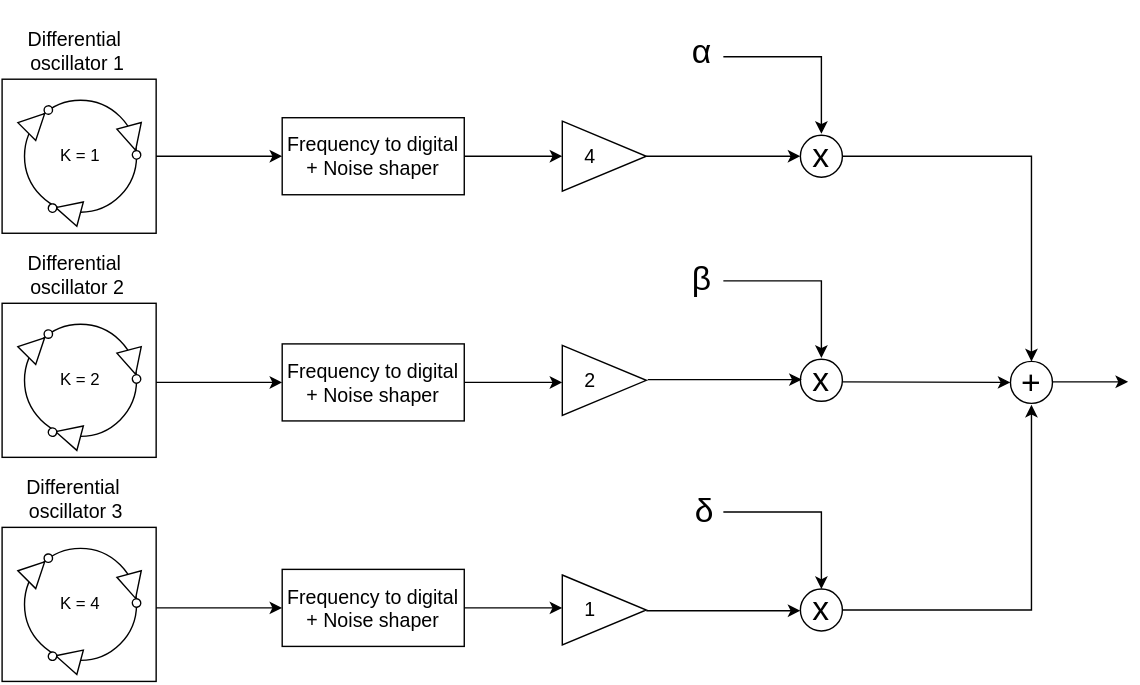
tremon36/miTFM keeps this draw.io diagram as diagramas_tfm/concepto_multiples_osciladores.drawio.svg. Above is the earlier version. Source tidied: cells renumbered, new cells last; positions are measured from the earlier drawing's top-left corner, leaving out a move shared by most shapes.
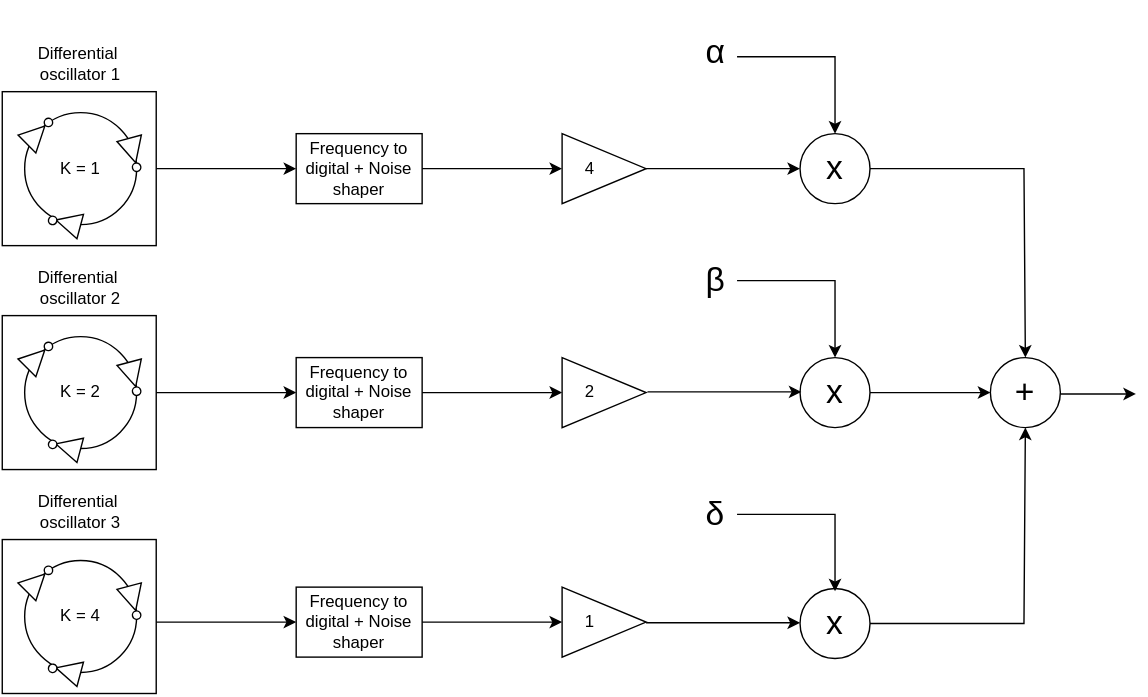
The same file after the commit.

The edit, as a diff of the source:
```diff
@@ -32,8 +32,8 @@
     <mxCell id="11" style="ellipse;whiteSpace=wrap;html=1;rotation=-285;" parent="9" vertex="1">
       <mxGeometry x="12" y="15" width="6" height="6" as="geometry" />
     </mxCell>
-    <mxCell id="12" value="&lt;font style=&quot;font-size: 14px;&quot;&gt;Differential&amp;nbsp; oscillator 1&lt;/font&gt;" style="text;html=1;align=center;verticalAlign=middle;whiteSpace=wrap;rounded=0;" parent="1" vertex="1">
-      <mxGeometry x="12" y="21" width="84" height="30" as="geometry" />
+    <mxCell id="12" value="Differential&amp;nbsp; oscillator 1" style="text;html=1;align=center;verticalAlign=middle;whiteSpace=wrap;rounded=0;" parent="1" vertex="1">
+      <mxGeometry x="26" y="21" width="60" height="30" as="geometry" />
     </mxCell>
     <mxCell id="13" value="K = 1" style="text;html=1;align=center;verticalAlign=middle;whiteSpace=wrap;rounded=0;" parent="1" vertex="1">
       <mxGeometry x="26" y="96" width="60" height="30" as="geometry" />
@@ -68,8 +68,8 @@
     <mxCell id="23" style="ellipse;whiteSpace=wrap;html=1;rotation=-285;" parent="21" vertex="1">
       <mxGeometry x="12" y="15" width="6" height="6" as="geometry" />
     </mxCell>
-    <mxCell id="24" value="&lt;font style=&quot;font-size: 14px;&quot;&gt;Differential&amp;nbsp; oscillator 2&lt;/font&gt;" style="text;html=1;align=center;verticalAlign=middle;whiteSpace=wrap;rounded=0;" parent="1" vertex="1">
-      <mxGeometry x="12" y="181" width="84" height="30" as="geometry" />
+    <mxCell id="24" value="Differential&amp;nbsp; oscillator 2" style="text;html=1;align=center;verticalAlign=middle;whiteSpace=wrap;rounded=0;" parent="1" vertex="1">
+      <mxGeometry x="26" y="181" width="60" height="30" as="geometry" />
     </mxCell>
     <mxCell id="25" value="K = 2" style="text;html=1;align=center;verticalAlign=middle;whiteSpace=wrap;rounded=0;" parent="1" vertex="1">
       <mxGeometry x="26" y="256" width="60" height="30" as="geometry" />
@@ -104,76 +104,107 @@
     <mxCell id="35" style="ellipse;whiteSpace=wrap;html=1;rotation=-285;" parent="33" vertex="1">
       <mxGeometry x="12" y="15" width="6" height="6" as="geometry" />
     </mxCell>
-    <mxCell id="36" value="&lt;font style=&quot;font-size: 14px;&quot;&gt;Differential&amp;nbsp; oscillator 3&lt;/font&gt;" style="text;html=1;align=center;verticalAlign=middle;whiteSpace=wrap;rounded=0;" parent="1" vertex="1">
-      <mxGeometry x="16" y="341" width="74" height="30" as="geometry" />
+    <mxCell id="36" value="Differential&amp;nbsp; oscillator 3" style="text;html=1;align=center;verticalAlign=middle;whiteSpace=wrap;rounded=0;" parent="1" vertex="1">
+      <mxGeometry x="26" y="341" width="60" height="30" as="geometry" />
     </mxCell>
     <mxCell id="37" value="K = 4" style="text;html=1;align=center;verticalAlign=middle;whiteSpace=wrap;rounded=0;" parent="1" vertex="1">
       <mxGeometry x="26" y="416" width="60" height="30" as="geometry" />
     </mxCell>
-    <mxCell id="38" value="&lt;font style=&quot;font-size: 14px;&quot;&gt;Frequency to digital + Noise shaper&lt;/font&gt;" style="rounded=0;whiteSpace=wrap;html=1;" parent="1" vertex="1">
-      <mxGeometry x="200" y="83.5" width="130" height="55" as="geometry" />
+    <mxCell id="38" value="Frequency to digital + Noise shaper" style="rounded=0;whiteSpace=wrap;html=1;" parent="1" vertex="1">
+      <mxGeometry x="210" y="86" width="90" height="50" as="geometry" />
     </mxCell>
     <mxCell id="39" style="endArrow=classic;html=1;rounded=0;exitX=1;exitY=0.5;exitDx=0;exitDy=0;entryX=0;entryY=0.5;entryDx=0;entryDy=0;" parent="1" edge="1" source="2" target="38">
       <mxGeometry relative="1" as="geometry" />
     </mxCell>
+    <mxCell id="70" value="Frequency to digital + Noise shaper" style="rounded=0;whiteSpace=wrap;html=1;" parent="1" vertex="1">
+      <mxGeometry x="210" y="246" width="90" height="50" as="geometry" />
+    </mxCell>
+    <mxCell id="71" style="endArrow=classic;html=1;rounded=0;exitX=1;exitY=0.5;exitDx=0;exitDy=0;entryX=0;entryY=0.5;entryDx=0;entryDy=0;" parent="1" edge="1">
+      <mxGeometry relative="1" as="geometry">
+        <mxPoint x="110" y="271" as="sourcePoint" />
+        <mxPoint x="210" y="271" as="targetPoint" />
+      </mxGeometry>
+    </mxCell>
+    <mxCell id="72" value="Frequency to digital + Noise shaper" style="rounded=0;whiteSpace=wrap;html=1;" parent="1" vertex="1">
+      <mxGeometry x="210" y="410" width="90" height="50" as="geometry" />
+    </mxCell>
+    <mxCell id="73" style="endArrow=classic;html=1;rounded=0;exitX=1;exitY=0.5;exitDx=0;exitDy=0;entryX=0;entryY=0.5;entryDx=0;entryDy=0;" parent="1" edge="1">
+      <mxGeometry relative="1" as="geometry">
+        <mxPoint x="110" y="435" as="sourcePoint" />
+        <mxPoint x="210" y="435" as="targetPoint" />
+      </mxGeometry>
+    </mxCell>
     <mxCell id="40" style="triangle;whiteSpace=wrap;html=1;" parent="1" vertex="1">
       <mxGeometry x="400" y="86" width="60" height="50" as="geometry" />
     </mxCell>
     <mxCell id="41" style="endArrow=classic;html=1;rounded=0;exitX=1;exitY=0.5;exitDx=0;exitDy=0;entryX=0;entryY=0.5;entryDx=0;entryDy=0;" parent="1" edge="1" source="38" target="40">
       <mxGeometry relative="1" as="geometry" />
     </mxCell>
-    <mxCell id="42" value="&lt;font style=&quot;font-size: 14px;&quot;&gt;4&lt;/font&gt;" style="text;html=1;align=center;verticalAlign=middle;whiteSpace=wrap;rounded=0;" parent="1" vertex="1">
+    <mxCell id="42" value="4" style="text;html=1;align=center;verticalAlign=middle;whiteSpace=wrap;rounded=0;" parent="1" vertex="1">
       <mxGeometry x="390" y="96" width="60" height="30" as="geometry" />
     </mxCell>
     <mxCell id="43" style="triangle;whiteSpace=wrap;html=1;" parent="1" vertex="1">
       <mxGeometry x="400" y="246" width="60" height="50" as="geometry" />
     </mxCell>
+    <mxCell id="74" style="endArrow=classic;html=1;rounded=0;exitX=1;exitY=0.5;exitDx=0;exitDy=0;entryX=0;entryY=0.5;entryDx=0;entryDy=0;" parent="1" edge="1" target="43">
+      <mxGeometry relative="1" as="geometry">
+        <mxPoint x="300" y="271" as="sourcePoint" />
+      </mxGeometry>
+    </mxCell>
-    <mxCell id="44" value="&lt;font style=&quot;font-size: 14px;&quot;&gt;2&lt;/font&gt;" style="text;html=1;align=center;verticalAlign=middle;whiteSpace=wrap;rounded=0;" parent="1" vertex="1">
+    <mxCell id="44" value="2" style="text;html=1;align=center;verticalAlign=middle;whiteSpace=wrap;rounded=0;" parent="1" vertex="1">
       <mxGeometry x="390" y="256" width="60" height="30" as="geometry" />
     </mxCell>
     <mxCell id="45" style="triangle;whiteSpace=wrap;html=1;" parent="1" vertex="1">
       <mxGeometry x="400" y="410" width="60" height="50" as="geometry" />
     </mxCell>
+    <mxCell id="75" style="endArrow=classic;html=1;rounded=0;exitX=1;exitY=0.5;exitDx=0;exitDy=0;entryX=0;entryY=0.5;entryDx=0;entryDy=0;" parent="1" edge="1" target="45">
+      <mxGeometry relative="1" as="geometry">
+        <mxPoint x="300" y="435" as="sourcePoint" />
+      </mxGeometry>
+    </mxCell>
-    <mxCell id="46" value="&lt;font style=&quot;font-size: 14px;&quot;&gt;1&lt;/font&gt;" style="text;html=1;align=center;verticalAlign=middle;whiteSpace=wrap;rounded=0;" parent="1" vertex="1">
+    <mxCell id="46" value="1" style="text;html=1;align=center;verticalAlign=middle;whiteSpace=wrap;rounded=0;" parent="1" vertex="1">
       <mxGeometry x="390" y="420" width="60" height="30" as="geometry" />
     </mxCell>
+    <mxCell id="76" value="&lt;h1 id=&quot;gen-h1-1-00000001&quot; class=&quot;navigable-headline&quot;&gt;&lt;span style=&quot;font-weight: 400;&quot;&gt;x&lt;/span&gt;&lt;/h1&gt;" style="ellipse;whiteSpace=wrap;html=1;" parent="1" vertex="1">
+      <mxGeometry x="570" y="86" width="50" height="50" as="geometry" />
+    </mxCell>
     <mxCell id="47" value="&lt;h1 id=&quot;gen-h1-1-00000001&quot; class=&quot;navigable-headline&quot;&gt;&lt;span style=&quot;font-weight: 400;&quot;&gt;x&lt;/span&gt;&lt;/h1&gt;" style="ellipse;whiteSpace=wrap;html=1;" parent="1" vertex="1">
-      <mxGeometry x="570" y="256" width="30" height="30" as="geometry" />
+      <mxGeometry x="570" y="246" width="50" height="50" as="geometry" />
     </mxCell>
+    <mxCell id="77" value="&lt;h1 id=&quot;gen-h1-1-00000001&quot; class=&quot;navigable-headline&quot;&gt;&lt;span style=&quot;font-weight: normal;&quot;&gt;x&lt;/span&gt;&lt;/h1&gt;" style="ellipse;whiteSpace=wrap;html=1;" parent="1" vertex="1">
+      <mxGeometry x="570" y="411" width="50" height="50" as="geometry" />
+    </mxCell>
-    <mxCell id="48" style="endArrow=classic;html=1;rounded=0;exitX=1;exitY=0.5;exitDx=0;exitDy=0;entryX=0;entryY=0.5;entryDx=0;entryDy=0;" parent="1" edge="1" source="40">
-      <mxGeometry relative="1" as="geometry">
-        <mxPoint x="570" y="111" as="targetPoint" />
-      </mxGeometry>
+    <mxCell id="48" style="endArrow=classic;html=1;rounded=0;exitX=1;exitY=0.5;exitDx=0;exitDy=0;entryX=0;entryY=0.5;entryDx=0;entryDy=0;" parent="1" edge="1" source="40" target="76">
+      <mxGeometry relative="1" as="geometry" />
     </mxCell>
-    <mxCell id="49" style="endArrow=classic;html=1;rounded=0;entryX=0.5;entryY=0;entryDx=0;entryDy=0;" parent="1" edge="1">
+    <mxCell id="49" style="endArrow=classic;html=1;rounded=0;entryX=0.5;entryY=0;entryDx=0;entryDy=0;" parent="1" edge="1" target="76">
       <mxGeometry relative="1" as="geometry">
-        <mxPoint x="515" y="40" as="sourcePoint" />
-        <mxPoint x="585" y="95" as="targetPoint" />
+        <mxPoint x="525" y="31" as="sourcePoint" />
         <Array as="points">
-          <mxPoint x="585" y="40" />
+          <mxPoint x="595" y="31" />
         </Array>
       </mxGeometry>
     </mxCell>
     <mxCell id="50" style="endArrow=classic;html=1;rounded=0;entryX=0.5;entryY=0;entryDx=0;entryDy=0;" parent="1" edge="1">
       <mxGeometry relative="1" as="geometry">
-        <mxPoint x="515" y="200" as="sourcePoint" />
-        <mxPoint x="585" y="255" as="targetPoint" />
+        <mxPoint x="525" y="191" as="sourcePoint" />
+        <mxPoint x="595" y="246" as="targetPoint" />
         <Array as="points">
-          <mxPoint x="585" y="200" />
+          <mxPoint x="595" y="191" />
         </Array>
       </mxGeometry>
     </mxCell>
     <mxCell id="51" style="endArrow=classic;html=1;rounded=0;entryX=0.5;entryY=0;entryDx=0;entryDy=0;" parent="1" edge="1">
       <mxGeometry relative="1" as="geometry">
-        <mxPoint x="515" y="365" as="sourcePoint" />
-        <mxPoint x="585" y="420" as="targetPoint" />
+        <mxPoint x="525" y="358" as="sourcePoint" />
+        <mxPoint x="595" y="413" as="targetPoint" />
         <Array as="points">
-          <mxPoint x="585" y="365" />
+          <mxPoint x="595" y="358" />
         </Array>
       </mxGeometry>
     </mxCell>
     <mxCell id="52" value="&lt;h1 style=&quot;text-align: center;&quot; class=&quot;navigable-headline&quot; id=&quot;gen-h1-1-00000001&quot;&gt;&lt;span style=&quot;font-weight: normal;&quot;&gt;δ&lt;/span&gt;&lt;/h1&gt;" style="text;whiteSpace=wrap;html=1;" parent="1" vertex="1">
-      <mxGeometry x="493" y="328" width="20" height="40" as="geometry" />
+      <mxGeometry x="501" y="321" width="20" height="40" as="geometry" />
     </mxCell>
     <mxCell id="53" style="endArrow=classic;html=1;rounded=0;exitX=1;exitY=0.5;exitDx=0;exitDy=0;entryX=0;entryY=0.5;entryDx=0;entryDy=0;" parent="1" edge="1">
       <mxGeometry relative="1" as="geometry">
@@ -187,72 +218,37 @@
         <mxPoint x="570" y="435.5" as="targetPoint" />
       </mxGeometry>
     </mxCell>
+    <mxCell id="68" value="&lt;h1 id=&quot;gen-h1-1-00000001&quot; class=&quot;navigable-headline&quot;&gt;&lt;span style=&quot;font-weight: 400;&quot;&gt;+&lt;/span&gt;&lt;/h1&gt;" style="ellipse;whiteSpace=wrap;html=1;" parent="1" vertex="1">
+      <mxGeometry x="706" y="246" width="50" height="50" as="geometry" />
+    </mxCell>
+    <mxCell id="78" style="endArrow=classic;html=1;rounded=0;exitX=1;exitY=0.5;exitDx=0;exitDy=0;entryX=0;entryY=0.5;entryDx=0;entryDy=0;" parent="1" edge="1" source="47" target="68">
+      <mxGeometry relative="1" as="geometry" />
+    </mxCell>
-    <mxCell id="55" style="endArrow=classic;html=1;rounded=0;exitX=1;exitY=0.5;exitDx=0;exitDy=0;entryX=0.5;entryY=0;entryDx=0;entryDy=0;" parent="1" edge="1" source="67" target="68">
+    <mxCell id="55" style="endArrow=classic;html=1;rounded=0;exitX=1;exitY=0.5;exitDx=0;exitDy=0;entryX=0.5;entryY=0;entryDx=0;entryDy=0;" parent="1" edge="1" source="76" target="68">
       <mxGeometry relative="1" as="geometry">
         <Array as="points">
-          <mxPoint x="735" y="111" />
+          <mxPoint x="730" y="111" />
         </Array>
       </mxGeometry>
     </mxCell>
-    <mxCell id="56" style="endArrow=classic;html=1;rounded=0;entryX=0.5;entryY=1;entryDx=0;entryDy=0;exitX=1;exitY=0.5;exitDx=0;exitDy=0;" parent="1" edge="1" source="66">
+    <mxCell id="56" style="endArrow=classic;html=1;rounded=0;entryX=0.5;entryY=1;entryDx=0;entryDy=0;exitX=1;exitY=0.5;exitDx=0;exitDy=0;" parent="1" edge="1" source="77" target="68">
       <mxGeometry relative="1" as="geometry">
-        <mxPoint x="735" y="288.5" as="targetPoint" />
         <Array as="points">
-          <mxPoint x="735" y="435" />
+          <mxPoint x="730" y="436" />
         </Array>
       </mxGeometry>
     </mxCell>
     <mxCell id="57" style="endArrow=classic;html=1;rounded=0;" parent="1" edge="1">
       <mxGeometry relative="1" as="geometry">
-        <mxPoint x="750" y="272.1" as="sourcePoint" />
-        <mxPoint x="804" y="272.1" as="targetPoint" />
+        <mxPoint x="756" y="272" as="sourcePoint" />
+        <mxPoint x="810" y="272" as="targetPoint" />
       </mxGeometry>
     </mxCell>
     <mxCell id="58" value="&lt;h1 style=&quot;text-align: center;&quot; class=&quot;navigable-headline&quot; id=&quot;gen-h1-1-00000001&quot;&gt;&lt;span style=&quot;font-weight: normal;&quot; class=&quot;code char&quot;&gt;β&lt;/span&gt;&lt;/h1&gt;" style="text;whiteSpace=wrap;html=1;" parent="1" vertex="1">
-      <mxGeometry x="491" y="162" width="20" height="40" as="geometry" />
+      <mxGeometry x="501" y="154" width="20" height="40" as="geometry" />
     </mxCell>
     <mxCell id="59" value="&lt;h1 id=&quot;gen-h1-1-00000001&quot; class=&quot;navigable-headline&quot;&gt;&lt;span style=&quot;font-weight: normal;&quot; class=&quot;code char&quot;&gt;α&lt;/span&gt;&lt;/h1&gt;" style="text;whiteSpace=wrap;html=1;" parent="1" vertex="1">
-      <mxGeometry x="491" width="20" height="40" as="geometry" />
+      <mxGeometry x="501" y="-9" width="20" height="40" as="geometry" />
     </mxCell>
-    <mxCell id="60" value="&lt;font style=&quot;font-size: 14px;&quot;&gt;Frequency to digital + Noise shaper&lt;/font&gt;" style="rounded=0;whiteSpace=wrap;html=1;" parent="1" vertex="1">
-      <mxGeometry x="200" y="245" width="130" height="55" as="geometry" />
-    </mxCell>
-    <mxCell id="61" style="endArrow=classic;html=1;rounded=0;exitX=1;exitY=0.5;exitDx=0;exitDy=0;entryX=0;entryY=0.5;entryDx=0;entryDy=0;" parent="1" edge="1" target="60">
-      <mxGeometry relative="1" as="geometry">
-        <mxPoint x="110" y="272.5" as="sourcePoint" />
-      </mxGeometry>
-    </mxCell>
-    <mxCell id="62" style="endArrow=classic;html=1;rounded=0;exitX=1;exitY=0.5;exitDx=0;exitDy=0;entryX=0;entryY=0.5;entryDx=0;entryDy=0;" parent="1" edge="1" source="60">
-      <mxGeometry relative="1" as="geometry">
-        <mxPoint x="400" y="272.5" as="targetPoint" />
-      </mxGeometry>
-    </mxCell>
-    <mxCell id="63" value="&lt;font style=&quot;font-size: 14px;&quot;&gt;Frequency to digital + Noise shaper&lt;/font&gt;" style="rounded=0;whiteSpace=wrap;html=1;" parent="1" vertex="1">
-      <mxGeometry x="200" y="406" width="130" height="55" as="geometry" />
-    </mxCell>
-    <mxCell id="64" style="endArrow=classic;html=1;rounded=0;exitX=1;exitY=0.5;exitDx=0;exitDy=0;entryX=0;entryY=0.5;entryDx=0;entryDy=0;" parent="1" edge="1" target="63">
-      <mxGeometry relative="1" as="geometry">
-        <mxPoint x="110" y="433.5" as="sourcePoint" />
-      </mxGeometry>
-    </mxCell>
-    <mxCell id="65" style="endArrow=classic;html=1;rounded=0;exitX=1;exitY=0.5;exitDx=0;exitDy=0;entryX=0;entryY=0.5;entryDx=0;entryDy=0;" parent="1" edge="1" source="63">
-      <mxGeometry relative="1" as="geometry">
-        <mxPoint x="400" y="433.5" as="targetPoint" />
-      </mxGeometry>
-    </mxCell>
-    <mxCell id="66" value="&lt;h1 id=&quot;gen-h1-1-00000001&quot; class=&quot;navigable-headline&quot;&gt;&lt;span style=&quot;font-weight: 400;&quot;&gt;x&lt;/span&gt;&lt;/h1&gt;" style="ellipse;whiteSpace=wrap;html=1;" parent="1" vertex="1">
-      <mxGeometry x="570" y="420" width="30" height="30" as="geometry" />
-    </mxCell>
-    <mxCell id="67" value="&lt;h1 id=&quot;gen-h1-1-00000001&quot; class=&quot;navigable-headline&quot;&gt;&lt;span style=&quot;font-weight: 400;&quot;&gt;x&lt;/span&gt;&lt;/h1&gt;" style="ellipse;whiteSpace=wrap;html=1;" parent="1" vertex="1">
-      <mxGeometry x="570" y="96" width="30" height="30" as="geometry" />
-    </mxCell>
-    <mxCell id="68" value="&lt;h1 id=&quot;gen-h1-1-00000001&quot; class=&quot;navigable-headline&quot;&gt;&lt;span style=&quot;font-weight: 400;&quot;&gt;+&lt;/span&gt;&lt;/h1&gt;" style="ellipse;whiteSpace=wrap;html=1;" parent="1" vertex="1">
-      <mxGeometry x="720" y="257.5" width="30" height="30" as="geometry" />
-    </mxCell>
-    <mxCell id="69" style="endArrow=classic;html=1;rounded=0;entryX=0;entryY=0.5;entryDx=0;entryDy=0;" parent="1" edge="1" target="68">
-      <mxGeometry relative="1" as="geometry">
-        <mxPoint x="600" y="272.1" as="sourcePoint" />
-      </mxGeometry>
-    </mxCell>
   </root>
 </mxGraphModel>
```
